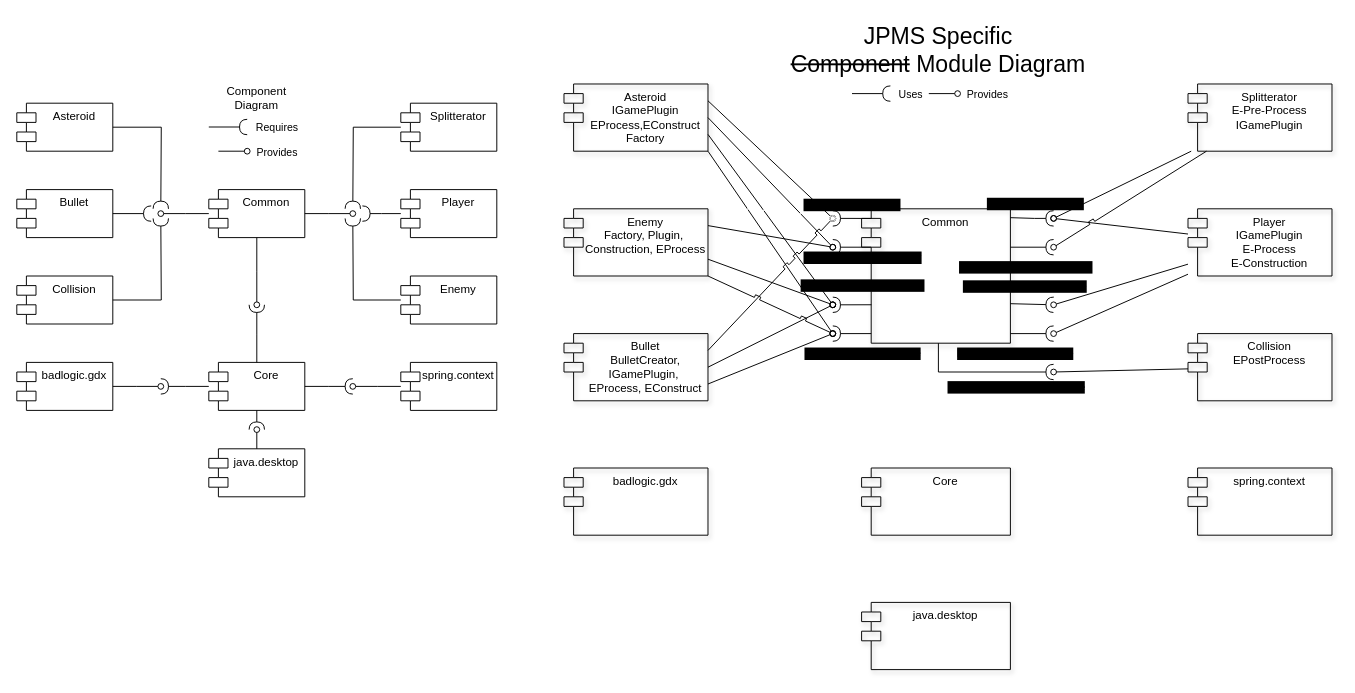
Above: componentDiagram.drawio in GustavBW/AsstPortoProj (draw.io), before the change. Source tidied: cells renumbered, new cells numbered last; positions are measured from the earlier drawing's top-left corner, leaving out a move shared by most shapes. Both pictures are drawn from the tidied source at 96%, with x=0, y=0 at pixel (16, 16).
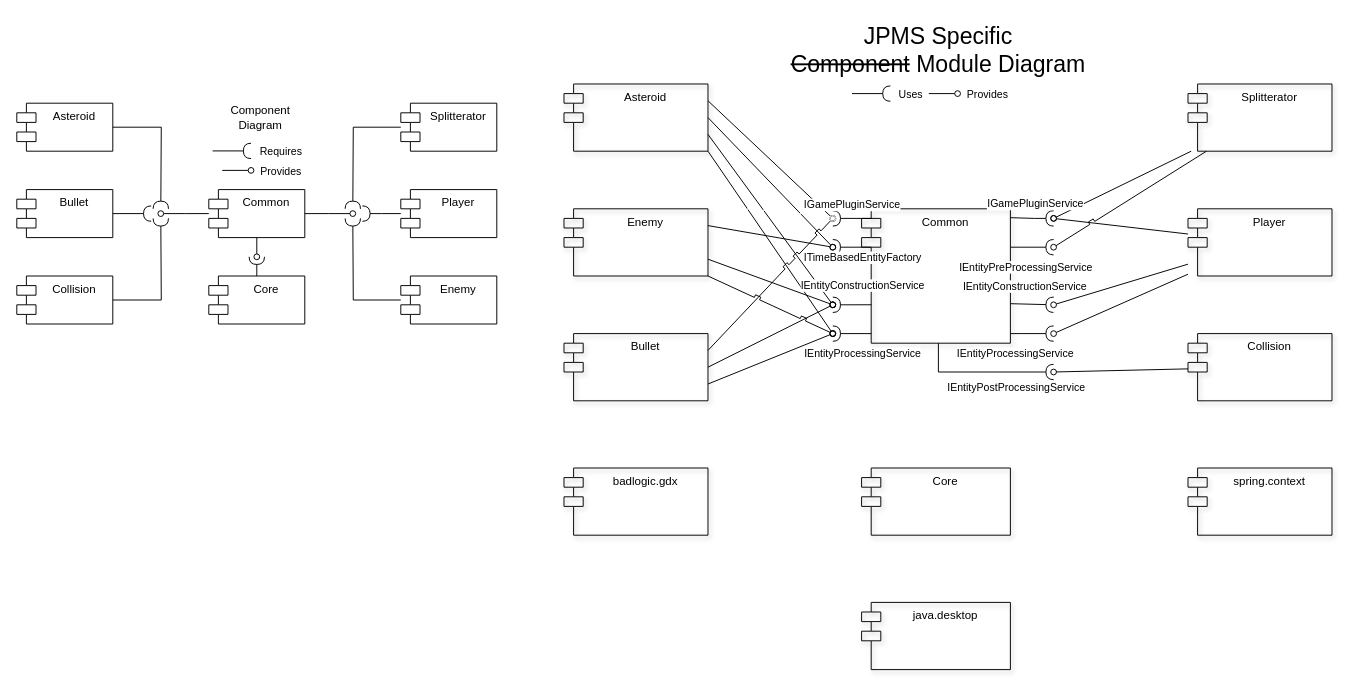
The same page after the edit.

The change refers to these unchanged cells:
```xml
<mxCell id="16" value="Common" style="shape=module;align=left;spacingLeft=20;align=center;verticalAlign=top;whiteSpace=wrap;html=1;fillColor=none;" parent="1" vertex="1">
  <mxGeometry x="200" y="180" width="100" height="50" as="geometry" />
</mxCell>
<mxCell id="64" style="endArrow=halfCircle;html=1;rounded=0;endFill=0;exitX=1;exitY=0.066;exitDx=0;exitDy=0;exitPerimeter=0;" parent="1" edge="1" source="34">
  <mxGeometry relative="1" as="geometry">
    <mxPoint x="1080" y="210" as="targetPoint" />
    <Array as="points">
      <mxPoint x="1060" y="210" />
    </Array>
  </mxGeometry>
</mxCell>
<mxCell id="66" style="endArrow=halfCircle;html=1;rounded=0;endFill=0;" parent="1" edge="1">
  <mxGeometry relative="1" as="geometry">
    <mxPoint x="1035" y="330" as="sourcePoint" />
    <mxPoint x="1080" y="330" as="targetPoint" />
  </mxGeometry>
</mxCell>
<mxCell id="68" style="endArrow=halfCircle;html=1;rounded=0;endFill=0;exitX=0.999;exitY=0.706;exitDx=0;exitDy=0;exitPerimeter=0;" parent="1" edge="1" source="34">
  <mxGeometry relative="1" as="geometry">
    <mxPoint x="1080" y="300" as="targetPoint" />
  </mxGeometry>
</mxCell>
<mxCell id="71" style="endArrow=halfCircle;html=1;rounded=0;endFill=0;" parent="1" edge="1">
  <mxGeometry relative="1" as="geometry">
    <mxPoint x="1035" y="240" as="sourcePoint" />
    <mxPoint x="1080" y="240" as="targetPoint" />
  </mxGeometry>
</mxCell>
<mxCell id="73" style="endArrow=halfCircle;html=1;rounded=0;endFill=0;exitX=0.068;exitY=0.072;exitDx=0;exitDy=0;exitPerimeter=0;" parent="1" edge="1" source="34">
  <mxGeometry relative="1" as="geometry">
    <mxPoint x="850" y="210" as="targetPoint" />
    <Array as="points">
      <mxPoint x="870" y="210" />
    </Array>
  </mxGeometry>
</mxCell>
<mxCell id="75" style="endArrow=halfCircle;html=1;rounded=0;endFill=0;exitX=0.067;exitY=0.036;exitDx=0;exitDy=0;exitPerimeter=0;" parent="1" edge="1">
  <mxGeometry relative="1" as="geometry">
    <mxPoint x="890" y="330" as="sourcePoint" />
    <mxPoint x="850" y="330" as="targetPoint" />
  </mxGeometry>
</mxCell>
<mxCell id="77" style="endArrow=halfCircle;html=1;rounded=0;endFill=0;exitX=0.066;exitY=0.714;exitDx=0;exitDy=0;exitPerimeter=0;" parent="1" edge="1" source="34">
  <mxGeometry relative="1" as="geometry">
    <mxPoint x="850" y="300" as="targetPoint" />
    <Array as="points">
      <mxPoint x="870" y="300" />
    </Array>
  </mxGeometry>
</mxCell>
<mxCell id="79" style="endArrow=halfCircle;html=1;rounded=0;endFill=0;exitX=0.067;exitY=0.036;exitDx=0;exitDy=0;exitPerimeter=0;" parent="1" edge="1">
  <mxGeometry relative="1" as="geometry">
    <mxPoint x="890" y="240" as="sourcePoint" />
    <mxPoint x="850" y="240" as="targetPoint" />
  </mxGeometry>
</mxCell>
```

What changed in the source:
```diff
@@
-    <mxCell id="2" style="edgeStyle=orthogonalEdgeStyle;rounded=0;jettySize=auto;html=1;endArrow=halfCircle;endFill=0;" parent="1" edge="1" source="6">
-      <mxGeometry relative="1" as="geometry">
-        <mxPoint x="350" y="385" as="targetPoint" />
-      </mxGeometry>
-    </mxCell>
-    <mxCell id="3" style="edgeStyle=orthogonalEdgeStyle;rounded=0;jettySize=auto;html=1;endArrow=halfCircle;endFill=0;" parent="1" edge="1" source="6">
-      <mxGeometry relative="1" as="geometry">
-        <mxPoint x="250" y="430" as="targetPoint" />
-      </mxGeometry>
-    </mxCell>
-    <mxCell id="4" style="edgeStyle=orthogonalEdgeStyle;rounded=0;jettySize=auto;html=1;endArrow=halfCircle;endFill=0;" parent="1" edge="1" source="6">
-      <mxGeometry relative="1" as="geometry">
-        <mxPoint x="150" y="385" as="targetPoint" />
-      </mxGeometry>
-    </mxCell>
     <mxCell id="5" style="edgeStyle=orthogonalEdgeStyle;rounded=0;jettySize=auto;html=1;endArrow=halfCircle;endFill=0;" parent="1" edge="1" source="6">
       <mxGeometry relative="1" as="geometry">
-        <mxPoint x="250" y="300" as="targetPoint" />
+        <mxPoint x="250" y="250" as="targetPoint" />
+        <Array as="points">
+          <mxPoint x="250" y="270" />
+          <mxPoint x="250" y="270" />
+        </Array>
       </mxGeometry>
     </mxCell>
     <mxCell id="6" value="Core" style="shape=module;align=left;spacingLeft=20;align=center;verticalAlign=top;whiteSpace=wrap;html=1;fillColor=none;" parent="1" vertex="1">
-      <mxGeometry x="200" y="360" width="100" height="50" as="geometry" />
+      <mxGeometry x="200" y="270" width="100" height="50" as="geometry" />
     </mxCell>
-    <mxCell id="7" style="edgeStyle=orthogonalEdgeStyle;rounded=0;jettySize=auto;html=1;endArrow=oval;endFill=0;" parent="1" edge="1" source="8">
-      <mxGeometry relative="1" as="geometry">
-        <mxPoint x="350" y="385" as="targetPoint" />
-      </mxGeometry>
-    </mxCell>
-    <mxCell id="8" value="spring.context" style="shape=module;align=left;spacingLeft=20;align=center;verticalAlign=top;whiteSpace=wrap;html=1;fillColor=none;" parent="1" vertex="1">
-      <mxGeometry x="400" y="360" width="100" height="50" as="geometry" />
-    </mxCell>
-    <mxCell id="9" style="edgeStyle=orthogonalEdgeStyle;rounded=0;jettySize=auto;html=1;endArrow=oval;endFill=0;" parent="1" edge="1" source="10">
-      <mxGeometry relative="1" as="geometry">
-        <mxPoint x="250" y="430" as="targetPoint" />
-      </mxGeometry>
-    </mxCell>
-    <mxCell id="10" value="java.desktop" style="shape=module;align=left;spacingLeft=20;align=center;verticalAlign=top;whiteSpace=wrap;html=1;fillColor=none;" parent="1" vertex="1">
-      <mxGeometry x="200" y="450" width="100" height="50" as="geometry" />
-    </mxCell>
-    <mxCell id="11" style="edgeStyle=orthogonalEdgeStyle;rounded=0;jettySize=auto;html=1;endArrow=oval;endFill=0;" parent="1" edge="1" source="12">
-      <mxGeometry relative="1" as="geometry">
-        <mxPoint x="150" y="385" as="targetPoint" />
-      </mxGeometry>
-    </mxCell>
-    <mxCell id="12" value="badlogic.gdx" style="shape=module;align=left;spacingLeft=20;align=center;verticalAlign=top;whiteSpace=wrap;html=1;fillColor=none;" parent="1" vertex="1">
-      <mxGeometry y="360" width="100" height="50" as="geometry" />
-    </mxCell>
     <mxCell id="13" style="edgeStyle=orthogonalEdgeStyle;rounded=0;jettySize=auto;html=1;endArrow=oval;endFill=0;" parent="1" edge="1" source="16">
       <mxGeometry relative="1" as="geometry">
-        <mxPoint x="250" y="300" as="targetPoint" />
+        <mxPoint x="250" y="250" as="targetPoint" />
       </mxGeometry>
     </mxCell>
@@
-    <mxCell id="39" value="Asteroid&lt;br&gt;IGamePlugin&lt;br&gt;EProcess,EConstruct&lt;br&gt;Factory" style="shape=module;align=left;spacingLeft=20;align=center;verticalAlign=top;whiteSpace=wrap;html=1;backgroundOutline=0;fixDash=0;enumerate=0;comic=0;shadow=1;fillColor=none;" parent="1" vertex="1">
+    <mxCell id="39" value="Asteroid" style="shape=module;align=left;spacingLeft=20;align=center;verticalAlign=top;whiteSpace=wrap;html=1;backgroundOutline=0;fixDash=0;enumerate=0;comic=0;shadow=1;fillColor=none;" parent="1" vertex="1">
       <mxGeometry x="570" y="70" width="150" height="70" as="geometry" />
     </mxCell>
@@
-    <mxCell id="43" value="Bullet&lt;br&gt;BulletCreator, IGamePlugin,&amp;nbsp;&lt;br&gt;EProcess, EConstruct" style="shape=module;align=left;spacingLeft=20;align=center;verticalAlign=top;whiteSpace=wrap;html=1;backgroundOutline=0;fixDash=0;enumerate=0;comic=0;shadow=1;fillColor=none;" parent="1" vertex="1">
+    <mxCell id="43" value="Bullet" style="shape=module;align=left;spacingLeft=20;align=center;verticalAlign=top;whiteSpace=wrap;html=1;backgroundOutline=0;fixDash=0;enumerate=0;comic=0;shadow=1;fillColor=none;" parent="1" vertex="1">
       <mxGeometry x="570" y="330" width="150" height="70" as="geometry" />
     </mxCell>
@@
-    <mxCell id="45" value="Collision&lt;br&gt;EPostProcess" style="shape=module;align=left;spacingLeft=20;align=center;verticalAlign=top;whiteSpace=wrap;html=1;backgroundOutline=0;fixDash=0;enumerate=0;comic=0;shadow=1;fillColor=none;" parent="1" vertex="1">
+    <mxCell id="45" value="Collision" style="shape=module;align=left;spacingLeft=20;align=center;verticalAlign=top;whiteSpace=wrap;html=1;backgroundOutline=0;fixDash=0;enumerate=0;comic=0;shadow=1;fillColor=none;" parent="1" vertex="1">
       <mxGeometry x="1220" y="330" width="150" height="70" as="geometry" />
     </mxCell>
@@
-    <mxCell id="50" value="Enemy&lt;br&gt;Factory, Plugin,&amp;nbsp;&lt;br&gt;Construction, EProcess" style="shape=module;align=left;spacingLeft=20;align=center;verticalAlign=top;whiteSpace=wrap;html=1;backgroundOutline=0;fixDash=0;enumerate=0;comic=0;shadow=1;fillColor=none;" parent="1" vertex="1">
+    <mxCell id="50" value="Enemy" style="shape=module;align=left;spacingLeft=20;align=center;verticalAlign=top;whiteSpace=wrap;html=1;backgroundOutline=0;fixDash=0;enumerate=0;comic=0;shadow=1;fillColor=none;" parent="1" vertex="1">
       <mxGeometry x="570" y="200" width="150" height="70" as="geometry" />
     </mxCell>
@@
-    <mxCell id="54" value="Player&lt;br&gt;IGamePlugin&lt;br&gt;E-Process&lt;br&gt;E-Construction" style="shape=module;align=left;spacingLeft=20;align=center;verticalAlign=top;whiteSpace=wrap;html=1;backgroundOutline=0;fixDash=0;enumerate=0;comic=0;shadow=1;fillColor=none;" parent="1" vertex="1">
+    <mxCell id="54" value="Player" style="shape=module;align=left;spacingLeft=20;align=center;verticalAlign=top;whiteSpace=wrap;html=1;backgroundOutline=0;fixDash=0;enumerate=0;comic=0;shadow=1;fillColor=none;" parent="1" vertex="1">
       <mxGeometry x="1220" y="200" width="150" height="70" as="geometry" />
     </mxCell>
@@
-    <mxCell id="57" value="Splitterator&lt;br&gt;E-Pre-Process&lt;br&gt;IGamePlugin" style="shape=module;align=left;spacingLeft=20;align=center;verticalAlign=top;whiteSpace=wrap;html=1;backgroundOutline=0;fixDash=0;enumerate=0;comic=0;shadow=1;fillColor=none;" parent="1" vertex="1">
+    <mxCell id="57" value="Splitterator" style="shape=module;align=left;spacingLeft=20;align=center;verticalAlign=top;whiteSpace=wrap;html=1;backgroundOutline=0;fixDash=0;enumerate=0;comic=0;shadow=1;fillColor=none;" parent="1" vertex="1">
       <mxGeometry x="1220" y="70" width="150" height="70" as="geometry" />
     </mxCell>
     <mxCell id="58" value="Component Diagram" style="text;html=1;strokeColor=none;fillColor=none;align=center;verticalAlign=middle;whiteSpace=wrap;rounded=0;" parent="1" vertex="1">
-      <mxGeometry x="220" y="70" width="60" height="30" as="geometry" />
+      <mxGeometry x="224" y="90" width="60" height="30" as="geometry" />
     </mxCell>
@@
-    <mxCell id="65" value="IGamePluginService" style="edgeLabel;html=1;align=center;verticalAlign=middle;labelBackgroundColor=#000000;" parent="64" vertex="1">
+    <mxCell id="65" value="IGamePluginService" style="edgeLabel;html=1;align=center;verticalAlign=middle;labelBackgroundColor=#FFFFFF;" parent="64" vertex="1">
       <mxGeometry x="-0.51" y="-2" relative="1" as="geometry">
         <mxPoint x="15" y="-17" as="offset" />
       </mxGeometry>
     </mxCell>
@@
-    <mxCell id="67" value="IEntityPostProcessingService" style="edgeLabel;html=1;align=center;verticalAlign=middle;labelBackgroundColor=#000000;" parent="66" vertex="1">
+    <mxCell id="67" value="IEntityPostProcessingService" style="edgeLabel;html=1;align=center;verticalAlign=middle;labelBackgroundColor=#FFFFFF;" parent="66" vertex="1">
       <mxGeometry x="-0.51" y="-2" relative="1" as="geometry">
         <mxPoint x="-6" y="53" as="offset" />
       </mxGeometry>
     </mxCell>
@@
-    <mxCell id="69" value="IEntityProcessingService" style="edgeLabel;html=1;align=center;verticalAlign=middle;labelBackgroundColor=#000000;" parent="68" vertex="1">
+    <mxCell id="69" value="IEntityProcessingService" style="edgeLabel;html=1;align=center;verticalAlign=middle;labelBackgroundColor=#FFFFFF;" parent="68" vertex="1">
       <mxGeometry x="-0.51" y="-2" relative="1" as="geometry">
         <mxPoint x="-6" y="49" as="offset" />
       </mxGeometry>
     </mxCell>
-    <mxCell id="70" value="IEntityConstructionService" style="edgeLabel;html=1;align=center;verticalAlign=middle;labelBackgroundColor=#000000;" parent="68" vertex="1">
+    <mxCell id="70" value="IEntityConstructionService" style="edgeLabel;html=1;align=center;verticalAlign=middle;labelBackgroundColor=#FFFFFF;" parent="68" vertex="1">
       <mxGeometry x="-0.51" y="-2" relative="1" as="geometry">
         <mxPoint x="4" y="-21" as="offset" />
       </mxGeometry>
     </mxCell>
@@
-    <mxCell id="72" value="IEntityPreProcessingService" style="edgeLabel;html=1;align=center;verticalAlign=middle;labelBackgroundColor=#000000;" parent="71" vertex="1">
+    <mxCell id="72" value="IEntityPreProcessingService" style="edgeLabel;html=1;align=center;verticalAlign=middle;labelBackgroundColor=#FFFFFF;" parent="71" vertex="1">
       <mxGeometry x="-0.51" y="-2" relative="1" as="geometry">
         <mxPoint x="4" y="18" as="offset" />
       </mxGeometry>
     </mxCell>
@@
-    <mxCell id="74" value="IGamePluginService" style="edgeLabel;html=1;align=center;verticalAlign=middle;labelBackgroundColor=#000000;" parent="73" vertex="1">
+    <mxCell id="74" value="IGamePluginService" style="edgeLabel;html=1;align=center;verticalAlign=middle;labelBackgroundColor=#FFFFFF;" parent="73" vertex="1">
       <mxGeometry x="-0.51" y="-2" relative="1" as="geometry">
         <mxPoint x="-11" y="-13" as="offset" />
       </mxGeometry>
     </mxCell>
@@
-    <mxCell id="76" value="IEntityProcessingService" style="edgeLabel;html=1;align=center;verticalAlign=middle;labelBackgroundColor=#000000;" parent="75" vertex="1">
+    <mxCell id="76" value="IEntityProcessingService" style="edgeLabel;html=1;align=center;verticalAlign=middle;labelBackgroundColor=#FFFFFF;" parent="75" vertex="1">
       <mxGeometry x="-0.51" y="-2" relative="1" as="geometry">
         <mxPoint y="22" as="offset" />
       </mxGeometry>
     </mxCell>
@@
-    <mxCell id="78" value="IEntityConstructionService" style="edgeLabel;html=1;align=center;verticalAlign=middle;labelBackgroundColor=#000000;" parent="77" vertex="1">
+    <mxCell id="78" value="IEntityConstructionService" style="edgeLabel;html=1;align=center;verticalAlign=middle;labelBackgroundColor=#FFFFFF;" parent="77" vertex="1">
       <mxGeometry x="-0.51" y="-2" relative="1" as="geometry">
         <mxPoint y="-18" as="offset" />
       </mxGeometry>
     </mxCell>
@@
-    <mxCell id="80" value="ITimeBasedEntityFactory" style="edgeLabel;html=1;align=center;verticalAlign=middle;labelBackgroundColor=#000000;" parent="79" vertex="1">
+    <mxCell id="80" value="ITimeBasedEntityFactory" style="edgeLabel;html=1;align=center;verticalAlign=middle;labelBackgroundColor=#FFFFFF;" parent="79" vertex="1">
       <mxGeometry x="-0.51" y="-2" relative="1" as="geometry">
         <mxPoint y="12" as="offset" />
       </mxGeometry>
     </mxCell>
     <mxCell id="81" style="endArrow=halfCircle;html=1;rounded=0;endFill=0;" parent="1" edge="1">
       <mxGeometry relative="1" as="geometry">
-        <mxPoint x="200" y="114.8" as="sourcePoint" />
-        <mxPoint x="240" y="114.8" as="targetPoint" />
+        <mxPoint x="204" y="139.7" as="sourcePoint" />
+        <mxPoint x="244" y="139.7" as="targetPoint" />
       </mxGeometry>
     </mxCell>
@@
     <mxCell id="83" style="endArrow=oval;html=1;rounded=0;endFill=0;" parent="1" edge="1">
       <mxGeometry relative="1" as="geometry">
-        <mxPoint x="210" y="140" as="sourcePoint" />
-        <mxPoint x="240" y="140" as="targetPoint" />
+        <mxPoint x="214" y="160" as="sourcePoint" />
+        <mxPoint x="244" y="160" as="targetPoint" />
       </mxGeometry>
     </mxCell>
```
